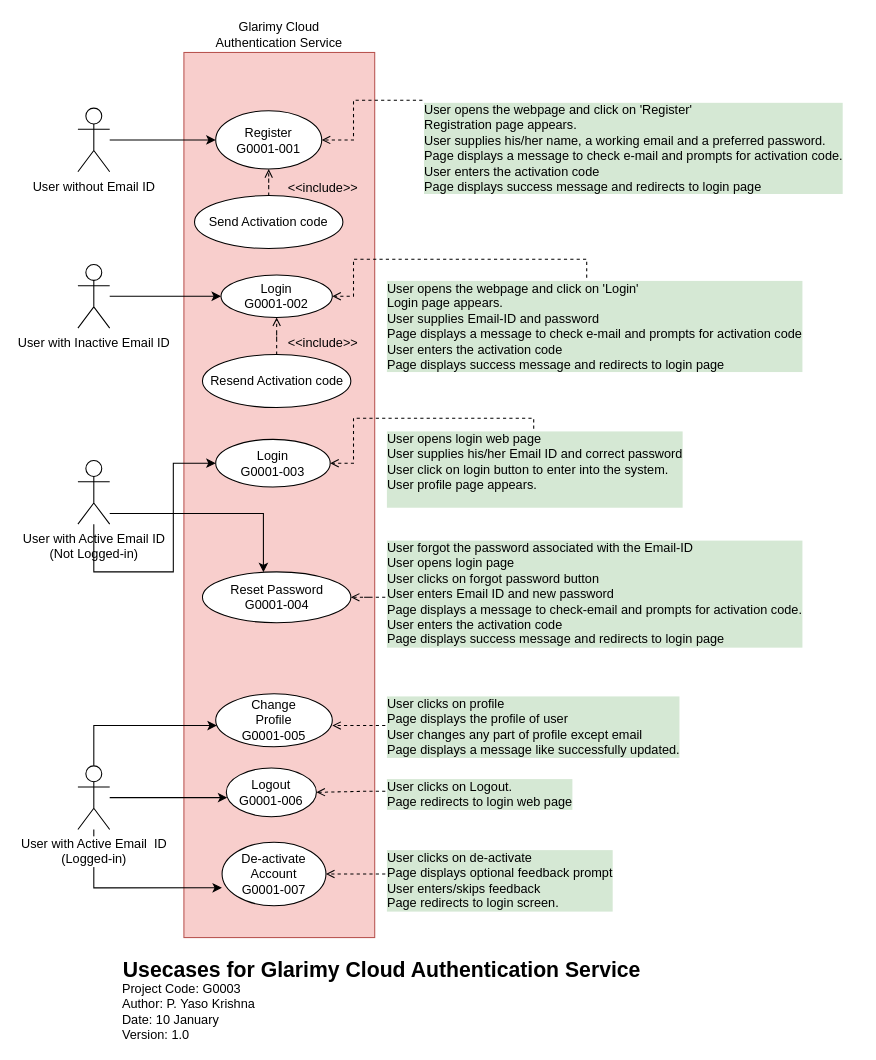
The draw.io diagram usecase.drawio in yasokrish/Online-store-webapp, before the edit. Source tidied: cells renumbered, new cells numbered last; positions are measured from the earlier drawing's top-left corner, leaving out a move shared by most shapes. Both pictures are drawn from the tidied source at 106%, with x=0, y=0 at pixel (77, 52).
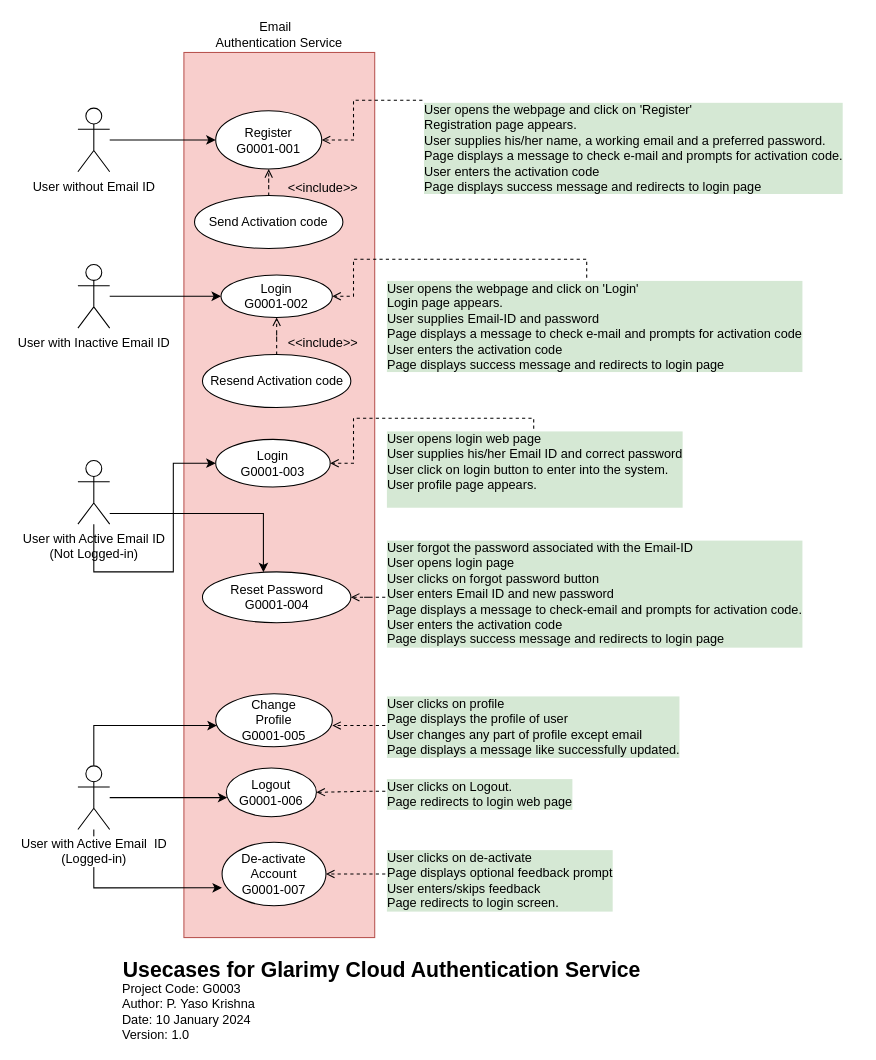
After the change.

Commit message:
usecase diagram

What changed in the source:
```diff
@@
-    <mxCell id="2" value="&lt;div&gt;Glarimy Cloud &lt;br&gt;&lt;/div&gt;&lt;div&gt;Authentication Service&lt;/div&gt;" style="rounded=0;whiteSpace=wrap;html=1;labelBackgroundColor=none;fontSize=12;align=center;fillColor=#f8cecc;strokeColor=#b85450;labelPosition=center;verticalLabelPosition=top;verticalAlign=bottom;" parent="1" vertex="1">
+    <mxCell id="2" value="&lt;div&gt;Email&amp;nbsp;&amp;nbsp;&lt;/div&gt;&lt;div&gt;Authentication Service&lt;/div&gt;" style="rounded=0;whiteSpace=wrap;html=1;labelBackgroundColor=none;fontSize=12;align=center;fillColor=#f8cecc;strokeColor=#b85450;labelPosition=center;verticalLabelPosition=top;verticalAlign=bottom;" parent="1" vertex="1">
       <mxGeometry x="100" width="180" height="835" as="geometry" />
     </mxCell>
@@
-    <mxCell id="41" value="&lt;div style=&quot;font-size: 12px&quot;&gt;Project Code: G0003&lt;/div&gt;&lt;div style=&quot;font-size: 12px&quot;&gt;Author: P. Yaso Krishna&lt;/div&gt;&lt;div style=&quot;font-size: 12px&quot;&gt;Date: 10 January&lt;/div&gt;&lt;div style=&quot;font-size: 12px&quot;&gt;Version: 1.0&lt;br style=&quot;font-size: 12px&quot;&gt;&lt;/div&gt;" style="text;html=1;strokeColor=none;fillColor=none;align=left;verticalAlign=middle;whiteSpace=wrap;rounded=0;labelBackgroundColor=none;fontSize=12;" parent="1" vertex="1">
+    <mxCell id="41" value="&lt;div style=&quot;font-size: 12px&quot;&gt;Project Code: G0003&lt;/div&gt;&lt;div style=&quot;font-size: 12px&quot;&gt;Author: P. Yaso Krishna&lt;/div&gt;&lt;div style=&quot;font-size: 12px&quot;&gt;Date: 10 January 2024&lt;/div&gt;&lt;div style=&quot;font-size: 12px&quot;&gt;Version: 1.0&lt;br style=&quot;font-size: 12px&quot;&gt;&lt;/div&gt;" style="text;html=1;strokeColor=none;fillColor=none;align=left;verticalAlign=middle;whiteSpace=wrap;rounded=0;labelBackgroundColor=none;fontSize=12;" parent="1" vertex="1">
       <mxGeometry x="40" y="895" width="480" height="20" as="geometry" />
     </mxCell>
```
